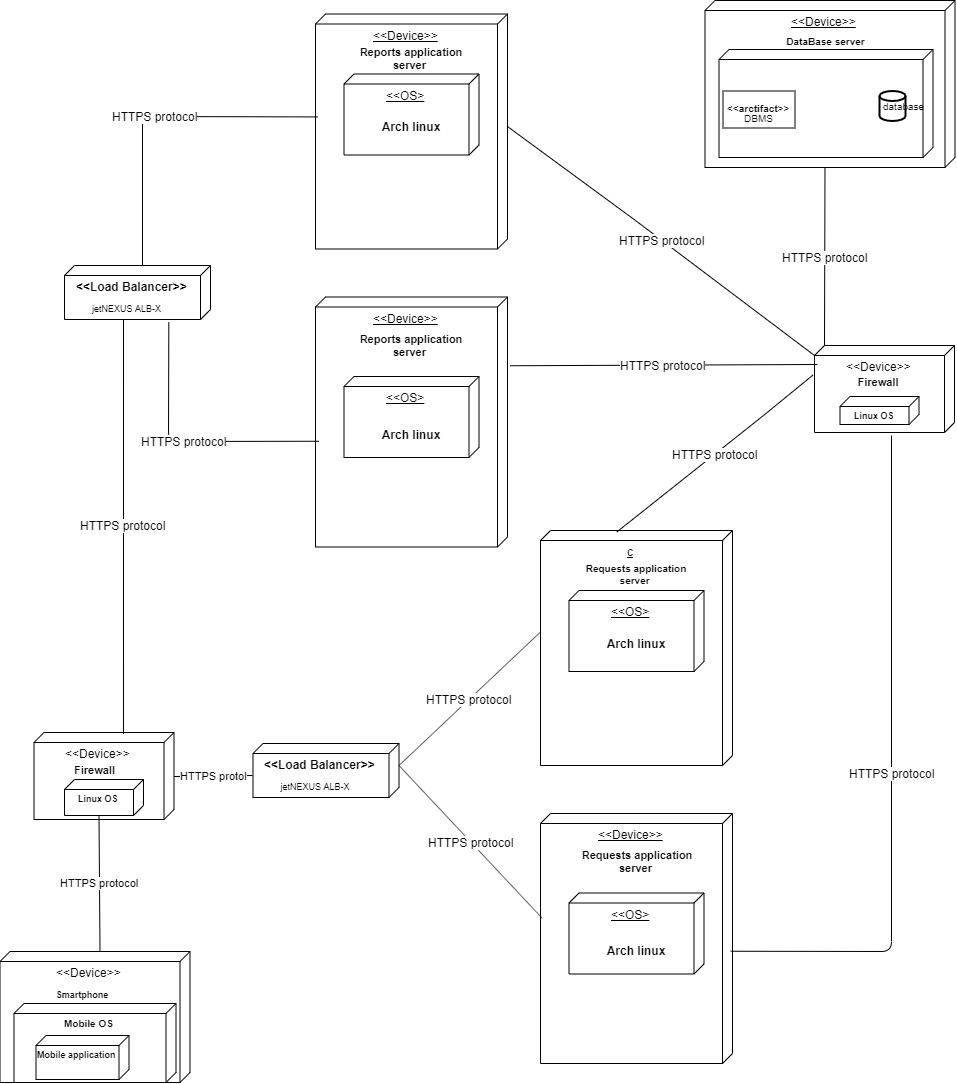
This is DD/Diagrams/Deployment diagram.png from Dany97/MassiniNicolo, a draw.io export, as it was before one commit. Source tidied: cells renumbered, new cells last; positions are measured from the earlier drawing's top-left corner, leaving out a move shared by most shapes. Its diagram source:
```xml
<mxGraphModel>
  <root>
    <mxCell id="0" />
    <mxCell id="1" parent="0" />
    <mxCell id="2" value="&amp;lt;&amp;lt;Device&amp;gt;&amp;gt;&lt;br&gt;" style="verticalAlign=top;align=center;spacingTop=8;spacingLeft=2;spacingRight=12;shape=cube;size=10;direction=south;fontStyle=0;html=1;" parent="1" vertex="1">
      <mxGeometry x="0.5" y="951" width="190" height="131" as="geometry" />
    </mxCell>
    <mxCell id="3" value="&lt;b style=&quot;font-size: 10px;&quot;&gt;Mobile OS&lt;/b&gt;" style="verticalAlign=top;align=center;spacingTop=8;spacingLeft=2;spacingRight=12;shape=cube;size=10;direction=south;fontStyle=0;html=1;fontSize=10;" parent="1" vertex="1">
      <mxGeometry x="14.5" y="1003" width="162" height="79" as="geometry" />
    </mxCell>
    <mxCell id="4" value="Mobile application" style="verticalAlign=top;align=center;spacingTop=8;spacingLeft=2;spacingRight=12;shape=cube;size=10;direction=south;fontStyle=1;html=1;fontSize=9;" parent="1" vertex="1">
      <mxGeometry x="36.5" y="1035" width="93" height="44" as="geometry" />
    </mxCell>
    <mxCell id="5" value="&amp;lt;&amp;lt;Device&amp;gt;&amp;gt;" style="verticalAlign=top;align=center;spacingTop=8;spacingLeft=2;spacingRight=12;shape=cube;size=10;direction=south;fontStyle=0;html=1;fontSize=12;" parent="1" vertex="1">
      <mxGeometry x="34.5" y="732" width="140" height="87" as="geometry" />
    </mxCell>
    <mxCell id="6" value="Linux OS" style="verticalAlign=top;align=center;spacingTop=8;spacingLeft=2;spacingRight=12;shape=cube;size=10;direction=south;fontStyle=1;html=1;fontSize=9;" parent="1" vertex="1">
      <mxGeometry x="65" y="779" width="79" height="36" as="geometry" />
    </mxCell>
    <mxCell id="7" value="HTTPS protocol" style="endArrow=none;html=1;fontSize=11;entryX=0;entryY=0;entryDx=36;entryDy=44.5;entryPerimeter=0;exitX=0;exitY=0;exitDx=0;exitDy=90;exitPerimeter=0;" parent="1" edge="1" source="2" target="6">
      <mxGeometry relative="1" as="geometry" />
    </mxCell>
    <mxCell id="8" value="&amp;lt;&amp;lt;Load Balancer&amp;gt;&amp;gt;&lt;br&gt;" style="verticalAlign=top;align=center;spacingTop=8;spacingLeft=2;spacingRight=12;shape=cube;size=10;direction=south;fontStyle=1;html=1;fontSize=12;" parent="1" vertex="1">
      <mxGeometry x="253.5" y="743" width="146" height="54" as="geometry" />
    </mxCell>
    <mxCell id="9" value="jetNEXUS ALB-X" style="text;align=center;fontStyle=0;verticalAlign=middle;spacingLeft=3;spacingRight=3;strokeColor=none;fontSize=9;" parent="1" vertex="1">
      <mxGeometry x="287" y="778" width="58" height="19" as="geometry" />
    </mxCell>
    <mxCell id="10" value="HTTPS protol" style="endArrow=none;html=1;fontSize=11;" parent="1" edge="1">
      <mxGeometry relative="1" as="geometry">
        <mxPoint x="174.5" y="776" as="sourcePoint" />
        <mxPoint x="253" y="775" as="targetPoint" />
      </mxGeometry>
    </mxCell>
    <mxCell id="11" value="c" style="verticalAlign=top;align=center;spacingTop=8;spacingLeft=2;spacingRight=12;shape=cube;size=10;direction=south;fontStyle=4;html=1;fontSize=12;" parent="1" vertex="1">
      <mxGeometry x="541" y="530" width="192" height="235" as="geometry" />
    </mxCell>
    <mxCell id="12" value="&amp;lt;&amp;lt;Device&amp;gt;&amp;gt;" style="verticalAlign=top;align=center;spacingTop=8;spacingLeft=2;spacingRight=12;shape=cube;size=10;direction=south;fontStyle=4;html=1;fontSize=12;" parent="1" vertex="1">
      <mxGeometry x="541" y="813" width="192" height="250" as="geometry" />
    </mxCell>
    <mxCell id="13" value="HTTPS protocol" style="endArrow=none;html=1;fontSize=12;exitX=0;exitY=0;exitDx=22;exitDy=0;exitPerimeter=0;entryX=0.432;entryY=1;entryDx=0;entryDy=0;entryPerimeter=0;" parent="1" edge="1" source="8" target="11">
      <mxGeometry relative="1" as="geometry" />
    </mxCell>
    <mxCell id="14" value="HTTPS protocol" style="endArrow=none;html=1;fontSize=12;exitX=0;exitY=0;exitDx=22;exitDy=0;exitPerimeter=0;entryX=0.419;entryY=0.991;entryDx=0;entryDy=0;entryPerimeter=0;" parent="1" edge="1" source="8" target="12">
      <mxGeometry relative="1" as="geometry" />
    </mxCell>
    <mxCell id="15" value="Firewall" style="text;align=center;fontStyle=1;verticalAlign=middle;spacingLeft=3;spacingRight=3;strokeColor=none;fontSize=11;" parent="1" vertex="1">
      <mxGeometry x="55.5" y="757" width="80" height="26" as="geometry" />
    </mxCell>
    <mxCell id="16" value="Smartphone" style="text;align=center;fontStyle=1;verticalAlign=middle;spacingLeft=3;spacingRight=3;strokeColor=none;fontSize=9;" parent="1" vertex="1">
      <mxGeometry x="43" y="982" width="80" height="26" as="geometry" />
    </mxCell>
    <mxCell id="17" value="&amp;lt;&amp;lt;OS&amp;gt;" style="verticalAlign=top;align=center;spacingTop=8;spacingLeft=2;spacingRight=12;shape=cube;size=10;direction=south;fontStyle=4;html=1;fontSize=12;" parent="1" vertex="1">
      <mxGeometry x="569.5" y="590" width="135" height="81" as="geometry" />
    </mxCell>
    <mxCell id="18" value="Arch linux" style="text;align=center;fontStyle=1;verticalAlign=middle;spacingLeft=3;spacingRight=3;strokeColor=none;fontSize=12;" parent="1" vertex="1">
      <mxGeometry x="597" y="630.5" width="80" height="26" as="geometry" />
    </mxCell>
    <mxCell id="19" value="&amp;lt;&amp;lt;OS&amp;gt;" style="verticalAlign=top;align=center;spacingTop=8;spacingLeft=2;spacingRight=12;shape=cube;size=10;direction=south;fontStyle=4;html=1;fontSize=12;" parent="1" vertex="1">
      <mxGeometry x="569.5" y="892.5" width="135" height="81" as="geometry" />
    </mxCell>
    <mxCell id="20" value="Arch linux" style="text;align=center;fontStyle=1;verticalAlign=middle;spacingLeft=3;spacingRight=3;strokeColor=none;fontSize=12;" parent="1" vertex="1">
      <mxGeometry x="597" y="938" width="80" height="26" as="geometry" />
    </mxCell>
    <mxCell id="21" value="&amp;lt;&amp;lt;Device&amp;gt;&amp;gt;" style="verticalAlign=top;align=center;spacingTop=8;spacingLeft=2;spacingRight=12;shape=cube;size=10;direction=south;fontStyle=4;html=1;fontSize=12;" parent="1" vertex="1">
      <mxGeometry x="705.5" width="250" height="167" as="geometry" />
    </mxCell>
    <mxCell id="22" value="DataBase server" style="text;align=center;fontStyle=1;verticalAlign=middle;spacingLeft=3;spacingRight=3;strokeColor=none;fontSize=10;" parent="1" vertex="1">
      <mxGeometry x="786.5" y="29" width="80" height="26" as="geometry" />
    </mxCell>
    <mxCell id="23" style="verticalAlign=top;align=center;spacingTop=8;spacingLeft=2;spacingRight=12;shape=cube;size=10;direction=south;fontStyle=4;html=1;fontSize=10;" parent="1" vertex="1">
      <mxGeometry x="719.5" y="49" width="214" height="108" as="geometry" />
    </mxCell>
    <mxCell id="24" value="&lt;b&gt;&amp;lt;&amp;lt;arctifact&amp;gt;&amp;gt;&lt;/b&gt;" style="html=1;fontSize=10;align=center;" parent="1" vertex="1">
      <mxGeometry x="723.5" y="90.5" width="72" height="37" as="geometry" />
    </mxCell>
    <mxCell id="25" value="DBMS" style="text;align=center;fontStyle=0;verticalAlign=middle;spacingLeft=3;spacingRight=3;strokeColor=none;fontSize=10;" parent="1" vertex="1">
      <mxGeometry x="719.5" y="109" width="80" height="20" as="geometry" />
    </mxCell>
    <mxCell id="26" value="&lt;div&gt;&lt;span&gt;database&lt;/span&gt;&lt;/div&gt;" style="strokeWidth=2;html=1;shape=mxgraph.flowchart.database;whiteSpace=wrap;fontSize=10;align=left;" parent="1" vertex="1">
      <mxGeometry x="880" y="90.5" width="26" height="30" as="geometry" />
    </mxCell>
    <mxCell id="27" value="HTTPS protocol" style="endArrow=none;html=1;fontSize=12;entryX=0.341;entryY=1.012;entryDx=0;entryDy=0;entryPerimeter=0;exitX=0.006;exitY=0.602;exitDx=0;exitDy=0;exitPerimeter=0;" parent="1" edge="1" source="11" target="29">
      <mxGeometry relative="1" as="geometry">
        <Array as="points">
          <mxPoint x="764" y="415" />
        </Array>
      </mxGeometry>
    </mxCell>
    <mxCell id="28" value="HTTPS protocol" style="endArrow=none;html=1;fontSize=12;exitX=0.551;exitY=0.009;exitDx=0;exitDy=0;exitPerimeter=0;entryX=1.036;entryY=0.45;entryDx=0;entryDy=0;entryPerimeter=0;" parent="1" edge="1" source="12" target="29">
      <mxGeometry relative="1" as="geometry">
        <Array as="points">
          <mxPoint x="892" y="951" />
        </Array>
      </mxGeometry>
    </mxCell>
    <mxCell id="29" value="&amp;lt;&amp;lt;Device&amp;gt;&amp;gt;" style="verticalAlign=top;align=center;spacingTop=8;spacingLeft=2;spacingRight=12;shape=cube;size=10;direction=south;fontStyle=0;html=1;fontSize=12;" parent="1" vertex="1">
      <mxGeometry x="815" y="345" width="140" height="87" as="geometry" />
    </mxCell>
    <mxCell id="30" value="Linux OS" style="verticalAlign=top;align=center;spacingTop=8;spacingLeft=2;spacingRight=12;shape=cube;size=10;direction=south;fontStyle=1;html=1;fontSize=9;" parent="1" vertex="1">
      <mxGeometry x="840.5" y="396" width="79" height="28" as="geometry" />
    </mxCell>
    <mxCell id="31" value="Firewall" style="text;align=center;fontStyle=1;verticalAlign=middle;spacingLeft=3;spacingRight=3;strokeColor=none;fontSize=11;" parent="1" vertex="1">
      <mxGeometry x="839" y="369.5" width="80" height="26" as="geometry" />
    </mxCell>
    <mxCell id="32" value="Requests application server&amp;nbsp;" style="text;html=1;strokeColor=none;fillColor=none;align=center;verticalAlign=middle;whiteSpace=wrap;rounded=0;fontSize=11;fontStyle=1;" parent="1" vertex="1">
      <mxGeometry x="569.5" y="850.5" width="136" height="20" as="geometry" />
    </mxCell>
    <mxCell id="33" value="Requests application server&amp;nbsp;" style="text;html=1;strokeColor=none;fillColor=none;align=center;verticalAlign=middle;whiteSpace=wrap;rounded=0;fontSize=10;fontStyle=1;" parent="1" vertex="1">
      <mxGeometry x="568.5" y="563.5" width="136" height="20" as="geometry" />
    </mxCell>
    <mxCell id="34" value="HTTPS protocol" style="endArrow=none;html=1;fontSize=12;exitX=0.015;exitY=0.361;exitDx=0;exitDy=0;exitPerimeter=0;entryX=0.44;entryY=0.807;entryDx=0;entryDy=0;entryPerimeter=0;" parent="1" edge="1" source="5" target="36">
      <mxGeometry relative="1" as="geometry" />
    </mxCell>
    <mxCell id="35" value="&amp;lt;&amp;lt;Load Balancer&amp;gt;&amp;gt;&lt;br&gt;" style="verticalAlign=top;align=center;spacingTop=8;spacingLeft=2;spacingRight=12;shape=cube;size=10;direction=south;fontStyle=1;html=1;fontSize=12;" parent="1" vertex="1">
      <mxGeometry x="65" y="265" width="146" height="54" as="geometry" />
    </mxCell>
    <mxCell id="36" value="jetNEXUS ALB-X" style="text;align=center;fontStyle=0;verticalAlign=middle;spacingLeft=3;spacingRight=3;strokeColor=none;points=[[0,0.5],[1,0.5]];portConstraint=eastwest;fontSize=9;" parent="1" vertex="1">
      <mxGeometry x="98.5" y="300" width="58" height="19" as="geometry" />
    </mxCell>
    <mxCell id="37" value="&amp;lt;&amp;lt;Device&amp;gt;&amp;gt;" style="verticalAlign=top;align=center;spacingTop=8;spacingLeft=2;spacingRight=12;shape=cube;size=10;direction=south;fontStyle=4;html=1;fontSize=12;" parent="1" vertex="1">
      <mxGeometry x="316" y="13.5" width="192" height="235" as="geometry" />
    </mxCell>
    <mxCell id="38" value="&amp;lt;&amp;lt;Device&amp;gt;&amp;gt;" style="verticalAlign=top;align=center;spacingTop=8;spacingLeft=2;spacingRight=12;shape=cube;size=10;direction=south;fontStyle=4;html=1;fontSize=12;" parent="1" vertex="1">
      <mxGeometry x="316" y="296.5" width="192" height="250" as="geometry" />
    </mxCell>
    <mxCell id="39" value="&amp;lt;&amp;lt;OS&amp;gt;" style="verticalAlign=top;align=center;spacingTop=8;spacingLeft=2;spacingRight=12;shape=cube;size=10;direction=south;fontStyle=4;html=1;fontSize=12;" parent="1" vertex="1">
      <mxGeometry x="344.5" y="73.5" width="135" height="81" as="geometry" />
    </mxCell>
    <mxCell id="40" value="Arch linux" style="text;align=center;fontStyle=1;verticalAlign=middle;spacingLeft=3;spacingRight=3;strokeColor=none;fontSize=12;" parent="1" vertex="1">
      <mxGeometry x="372" y="114" width="80" height="26" as="geometry" />
    </mxCell>
    <mxCell id="41" value="&amp;lt;&amp;lt;OS&amp;gt;" style="verticalAlign=top;align=center;spacingTop=8;spacingLeft=2;spacingRight=12;shape=cube;size=10;direction=south;fontStyle=4;html=1;fontSize=12;" parent="1" vertex="1">
      <mxGeometry x="344.5" y="376" width="135" height="81" as="geometry" />
    </mxCell>
    <mxCell id="42" value="Arch linux" style="text;align=center;fontStyle=1;verticalAlign=middle;spacingLeft=3;spacingRight=3;strokeColor=none;fontSize=12;" parent="1" vertex="1">
      <mxGeometry x="372" y="421.5" width="80" height="26" as="geometry" />
    </mxCell>
    <mxCell id="43" value="Reports application server&amp;nbsp;" style="text;html=1;strokeColor=none;fillColor=none;align=center;verticalAlign=middle;whiteSpace=wrap;rounded=0;fontSize=11;fontStyle=1;" parent="1" vertex="1">
      <mxGeometry x="344.5" y="334" width="136" height="20" as="geometry" />
    </mxCell>
    <mxCell id="44" value="Reports application server&amp;nbsp;" style="text;html=1;strokeColor=none;fillColor=none;align=center;verticalAlign=middle;whiteSpace=wrap;rounded=0;fontSize=11;fontStyle=1;" parent="1" vertex="1">
      <mxGeometry x="343.5" y="47" width="136" height="20" as="geometry" />
    </mxCell>
    <mxCell id="45" value="HTTPS protocol" style="endArrow=none;html=1;fontSize=12;exitX=0;exitY=0;exitDx=0;exitDy=68;exitPerimeter=0;entryX=0.438;entryY=0.988;entryDx=0;entryDy=0;entryPerimeter=0;" parent="1" edge="1" source="35" target="37">
      <mxGeometry relative="1" as="geometry">
        <Array as="points">
          <mxPoint x="143" y="116" />
        </Array>
      </mxGeometry>
    </mxCell>
    <mxCell id="46" value="HTTPS protocol" style="endArrow=none;html=1;fontSize=12;exitX=0;exitY=0;exitDx=112.5;exitDy=0;exitPerimeter=0;entryX=0;entryY=0;entryDx=10;entryDy=140;entryPerimeter=0;" parent="1" edge="1" source="37" target="29">
      <mxGeometry relative="1" as="geometry">
        <Array as="points">
          <mxPoint x="636" y="220" />
        </Array>
      </mxGeometry>
    </mxCell>
    <mxCell id="47" value="HTTPS protocol" style="endArrow=none;html=1;fontSize=12;exitX=0.275;exitY=-0.013;exitDx=0;exitDy=0;exitPerimeter=0;" parent="1" edge="1" source="38">
      <mxGeometry relative="1" as="geometry">
        <mxPoint x="818" y="364" as="targetPoint" />
      </mxGeometry>
    </mxCell>
    <mxCell id="48" value="HTTPS protocol" style="endArrow=none;html=1;fontSize=12;exitX=1.221;exitY=1.152;exitDx=0;exitDy=0;exitPerimeter=0;entryX=0.577;entryY=0.983;entryDx=0;entryDy=0;entryPerimeter=0;" parent="1" edge="1" source="36" target="38">
      <mxGeometry relative="1" as="geometry">
        <Array as="points">
          <mxPoint x="169" y="441" />
        </Array>
      </mxGeometry>
    </mxCell>
    <mxCell id="49" value="HTTPS protocol" style="endArrow=none;html=1;fontSize=12;entryX=0;entryY=0;entryDx=167;entryDy=130;entryPerimeter=0;exitX=0;exitY=0;exitDx=0;exitDy=130;exitPerimeter=0;" parent="1" edge="1" source="29" target="21">
      <mxGeometry relative="1" as="geometry" />
    </mxCell>
  </root>
</mxGraphModel>
```
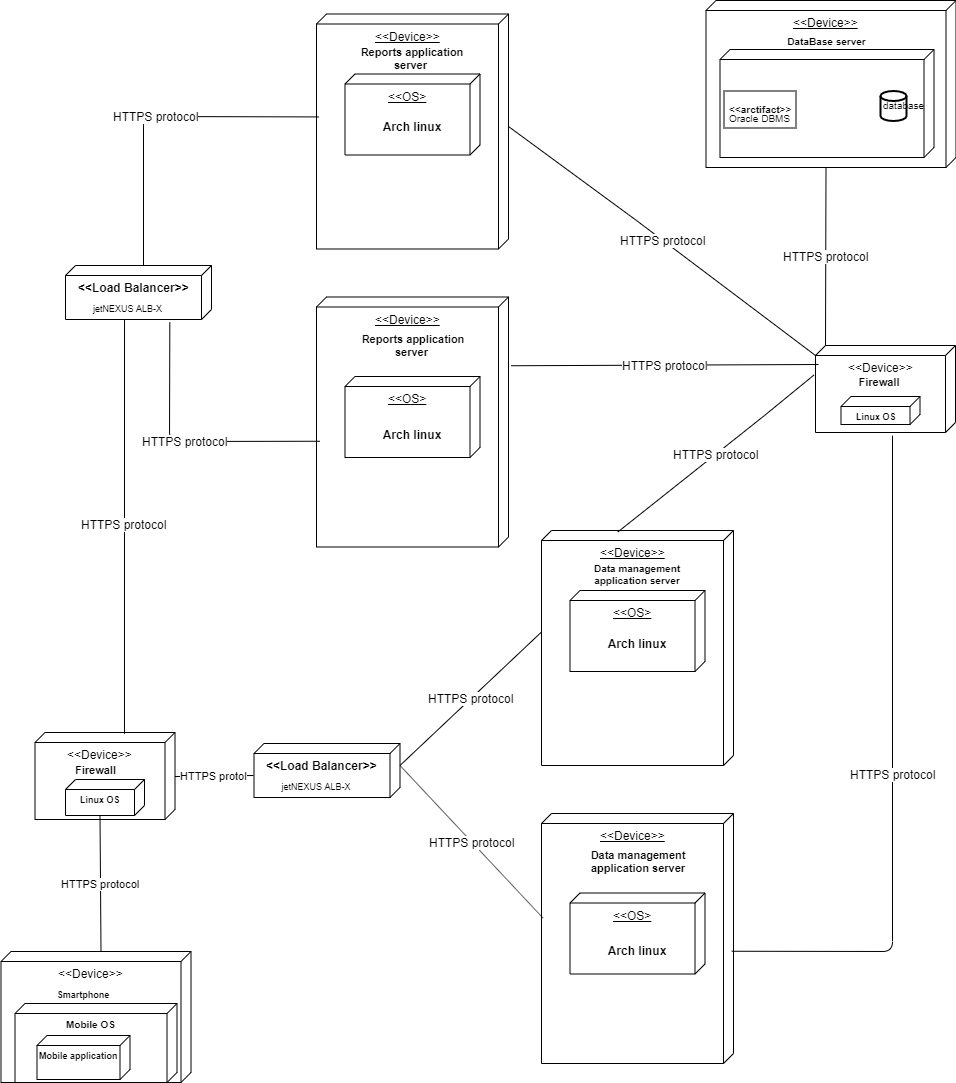
After the commit.

Commit message:
modification of the Overview diagram and of the deployment one

Change to the diagram source:
```diff
@@ -32,7 +32,7 @@
         <mxPoint x="253" y="775" as="targetPoint" />
       </mxGeometry>
     </mxCell>
-    <mxCell id="11" value="c" style="verticalAlign=top;align=center;spacingTop=8;spacingLeft=2;spacingRight=12;shape=cube;size=10;direction=south;fontStyle=4;html=1;fontSize=12;" parent="1" vertex="1">
+    <mxCell id="11" value="&amp;lt;&amp;lt;Device&amp;gt;&amp;gt;" style="verticalAlign=top;align=center;spacingTop=8;spacingLeft=2;spacingRight=12;shape=cube;size=10;direction=south;fontStyle=4;html=1;fontSize=12;" parent="1" vertex="1">
       <mxGeometry x="541" y="530" width="192" height="235" as="geometry" />
     </mxCell>
     <mxCell id="12" value="&amp;lt;&amp;lt;Device&amp;gt;&amp;gt;" style="verticalAlign=top;align=center;spacingTop=8;spacingLeft=2;spacingRight=12;shape=cube;size=10;direction=south;fontStyle=4;html=1;fontSize=12;" parent="1" vertex="1">
@@ -74,7 +74,7 @@
     <mxCell id="24" value="&lt;b&gt;&amp;lt;&amp;lt;arctifact&amp;gt;&amp;gt;&lt;/b&gt;" style="html=1;fontSize=10;align=center;" parent="1" vertex="1">
       <mxGeometry x="723.5" y="90.5" width="72" height="37" as="geometry" />
     </mxCell>
-    <mxCell id="25" value="DBMS" style="text;align=center;fontStyle=0;verticalAlign=middle;spacingLeft=3;spacingRight=3;strokeColor=none;fontSize=10;" parent="1" vertex="1">
+    <mxCell id="25" value="Oracle DBMS" style="text;align=center;fontStyle=0;verticalAlign=middle;spacingLeft=3;spacingRight=3;strokeColor=none;fontSize=10;" parent="1" vertex="1">
       <mxGeometry x="719.5" y="109" width="80" height="20" as="geometry" />
     </mxCell>
     <mxCell id="26" value="&lt;div&gt;&lt;span&gt;database&lt;/span&gt;&lt;/div&gt;" style="strokeWidth=2;html=1;shape=mxgraph.flowchart.database;whiteSpace=wrap;fontSize=10;align=left;" parent="1" vertex="1">
@@ -103,11 +103,11 @@
     <mxCell id="31" value="Firewall" style="text;align=center;fontStyle=1;verticalAlign=middle;spacingLeft=3;spacingRight=3;strokeColor=none;fontSize=11;" parent="1" vertex="1">
       <mxGeometry x="839" y="369.5" width="80" height="26" as="geometry" />
     </mxCell>
-    <mxCell id="32" value="Requests application server&amp;nbsp;" style="text;html=1;strokeColor=none;fillColor=none;align=center;verticalAlign=middle;whiteSpace=wrap;rounded=0;fontSize=11;fontStyle=1;" parent="1" vertex="1">
+    <mxCell id="32" value="Data management application server" style="text;html=1;strokeColor=none;fillColor=none;align=center;verticalAlign=middle;whiteSpace=wrap;rounded=0;fontSize=11;fontStyle=1;" parent="1" vertex="1">
       <mxGeometry x="569.5" y="850.5" width="136" height="20" as="geometry" />
     </mxCell>
-    <mxCell id="33" value="Requests application server&amp;nbsp;" style="text;html=1;strokeColor=none;fillColor=none;align=center;verticalAlign=middle;whiteSpace=wrap;rounded=0;fontSize=10;fontStyle=1;" parent="1" vertex="1">
-      <mxGeometry x="568.5" y="563.5" width="136" height="20" as="geometry" />
+    <mxCell id="33" value="Data management application server" style="text;html=1;strokeColor=none;fillColor=none;align=center;verticalAlign=middle;whiteSpace=wrap;rounded=0;fontSize=10;fontStyle=1;" parent="1" vertex="1">
+      <mxGeometry x="569" y="564" width="136" height="20" as="geometry" />
     </mxCell>
     <mxCell id="34" value="HTTPS protocol" style="endArrow=none;html=1;fontSize=12;exitX=0.015;exitY=0.361;exitDx=0;exitDy=0;exitPerimeter=0;entryX=0.44;entryY=0.807;entryDx=0;entryDy=0;entryPerimeter=0;" parent="1" edge="1" source="5" target="36">
       <mxGeometry relative="1" as="geometry" />
```
